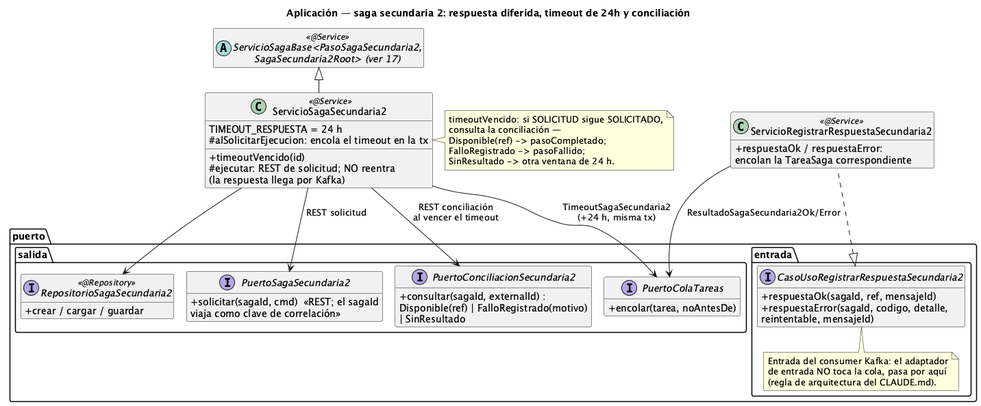
Earlier version of the PlantUML export order-manager/docs/20-clases-aplicacion-saga-secundaria2.png (ralcazar/patrones).
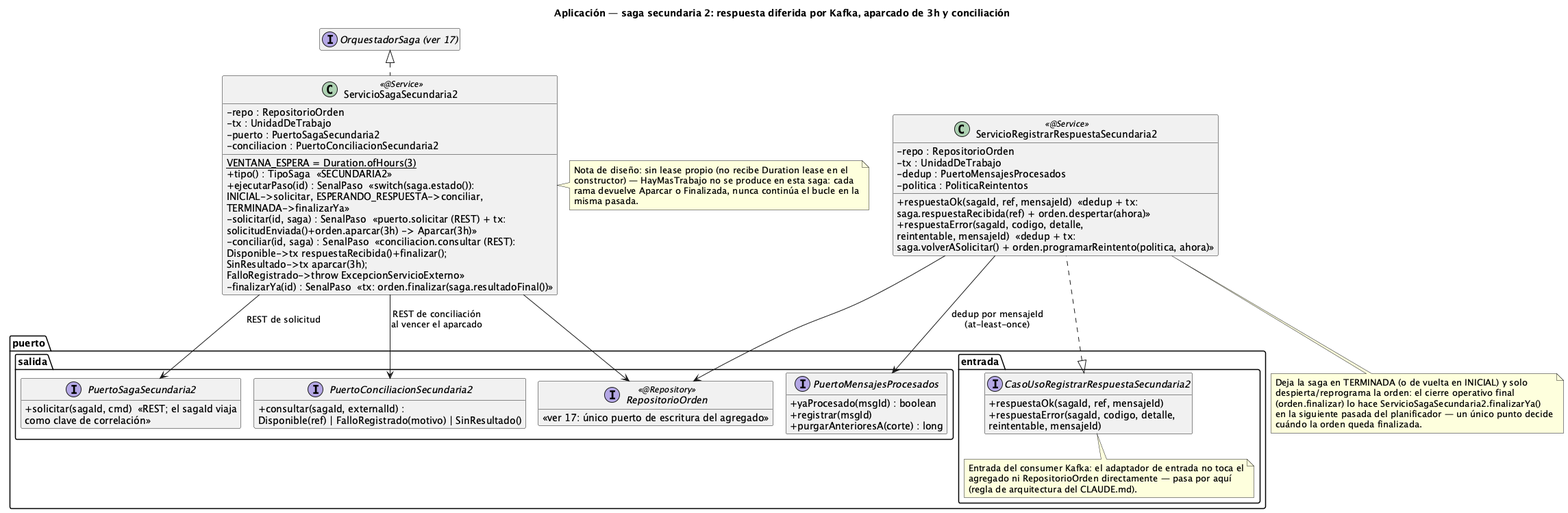
After the change.

What changed in the source:
```diff
@@ -1,5 +1,5 @@
 @startuml 20-clases-aplicacion-saga-secundaria2
-title Aplicación — saga secundaria 2: respuesta diferida, timeout de 24h y conciliación
+title Aplicación — saga secundaria 2: respuesta diferida por Kafka, aparcado de 3h y conciliación
 !pragma layout smetana
 hide empty members
 skinparam classAttributeIconSize 0
@@ -10,52 +10,71 @@
     +respuestaError(sagaId, codigo, detalle,\nreintentable, mensajeId)
   }
   note bottom of CasoUsoRegistrarRespuestaSecundaria2
-    Entrada del consumer Kafka: el adaptador
-    de entrada NO toca la cola, pasa por aquí
+    Entrada del consumer Kafka: el adaptador de entrada no toca el
+    agregado ni RepositorioOrden directamente — pasa por aquí
     (regla de arquitectura del CLAUDE.md).
   end note
 }
 
-abstract class "ServicioSagaBase<PasoSagaSecundaria2,\nSagaSecundaria2Root> (ver 17)" as Base <<@Service>>
+interface "OrquestadorSaga (ver 17)" as Base
 
 class ServicioSagaSecundaria2 <<@Service>> {
-  TIMEOUT_RESPUESTA = 24 h
-  +timeoutVencido(id)
-  #alSolicitarEjecucion: encola el timeout en la tx
-  #ejecutar: REST de solicitud; NO reentra\n(la respuesta llega por Kafka)
+  {static} VENTANA_ESPERA = Duration.ofHours(3)
+  -repo : RepositorioOrden
+  -tx : UnidadDeTrabajo
+  -puerto : PuertoSagaSecundaria2
+  -conciliacion : PuertoConciliacionSecundaria2
+  +tipo() : TipoSaga  «SECUNDARIA2»
+  +ejecutarPaso(id) : SenalPaso  «switch(saga.estado()):\nINICIAL->solicitar, ESPERANDO_RESPUESTA->conciliar,\nTERMINADA->finalizarYa»
+  -solicitar(id, saga) : SenalPaso  «puerto.solicitar (REST) + tx:\nsolicitudEnviada()+orden.aparcar(3h) -> Aparcar(3h)»
+  -conciliar(id, saga) : SenalPaso  «conciliacion.consultar (REST):\nDisponible->tx respuestaRecibida()+finalizar();\nSinResultado->tx aparcar(3h);\nFalloRegistrado->throw ExcepcionServicioExterno»
+  -finalizarYa(id) : SenalPaso  «tx: orden.finalizar(saga.resultadoFinal())»
 }
 note right of ServicioSagaSecundaria2
-  timeoutVencido: si SOLICITUD sigue SOLICITADO,
-  consulta la conciliación —
-  Disponible(ref) -> pasoCompletado;
-  FalloRegistrado -> pasoFallido;
-  SinResultado -> otra ventana de 24 h.
+  Nota de diseño: sin lease propio (no recibe Duration lease en el
+  constructor) — HayMasTrabajo no se produce en esta saga: cada
+  rama devuelve Aparcar o Finalizada, nunca continúa el bucle en la
+  misma pasada.
 end note
 
 class ServicioRegistrarRespuestaSecundaria2 <<@Service>> {
-  +respuestaOk / respuestaError:\nencolan la TareaSaga correspondiente
+  -repo : RepositorioOrden
+  -tx : UnidadDeTrabajo
+  -dedup : PuertoMensajesProcesados
+  -politica : PoliticaReintentos
+  +respuestaOk(sagaId, ref, mensajeId)  «dedup + tx:\nsaga.respuestaRecibida(ref) + orden.despertar(ahora)»
+  +respuestaError(sagaId, codigo, detalle,\nreintentable, mensajeId)  «dedup + tx:\nsaga.volverASolicitar() + orden.programarReintento(politica, ahora)»
 }
+note bottom of ServicioRegistrarRespuestaSecundaria2
+  Deja la saga en TERMINADA (o de vuelta en INICIAL) y solo
+  despierta/reprograma la orden: el cierre operativo final
+  (orden.finalizar) lo hace ServicioSagaSecundaria2.finalizarYa()
+  en la siguiente pasada del planificador — un único punto decide
+  cuándo la orden queda finalizada.
+end note
 
 package "puerto.salida" {
-  interface RepositorioSagaSecundaria2 <<@Repository>> {
-    +crear / cargar / guardar
+  interface RepositorioOrden <<@Repository>> {
+    «ver 17: único puerto de escritura del agregado»
   }
   interface PuertoSagaSecundaria2 {
-    +solicitar(sagaId, cmd)  «REST; el sagaId\nviaja como clave de correlación»
+    +solicitar(sagaId, cmd)  «REST; el sagaId viaja\ncomo clave de correlación»
   }
   interface PuertoConciliacionSecundaria2 {
-    +consultar(sagaId, externalId) :\nDisponible(ref) | FalloRegistrado(motivo)\n| SinResultado
+    +consultar(sagaId, externalId) :\nDisponible(ref) | FalloRegistrado(motivo) | SinResultado()
   }
-  interface PuertoColaTareas {
-    +encolar(tarea, noAntesDe)
+  interface PuertoMensajesProcesados {
+    +yaProcesado(msgId) : boolean
+    +registrar(msgId)
+    +purgarAnterioresA(corte) : long
   }
 }
 
 CasoUsoRegistrarRespuestaSecundaria2 <|.. ServicioRegistrarRespuestaSecundaria2
-Base <|-down- ServicioSagaSecundaria2
-ServicioSagaSecundaria2 --> RepositorioSagaSecundaria2
-ServicioSagaSecundaria2 --> PuertoSagaSecundaria2 : REST solicitud
-ServicioSagaSecundaria2 --> PuertoConciliacionSecundaria2 : REST conciliación\nal vencer el timeout
-ServicioSagaSecundaria2 --> PuertoColaTareas : TimeoutSagaSecundaria2\n(+24 h, misma tx)
-ServicioRegistrarRespuestaSecundaria2 --> PuertoColaTareas : ResultadoSagaSecundaria2Ok/Error
+Base <|.. ServicioSagaSecundaria2
+ServicioSagaSecundaria2 --> RepositorioOrden
+ServicioSagaSecundaria2 --> PuertoSagaSecundaria2 : REST de solicitud
+ServicioSagaSecundaria2 --> PuertoConciliacionSecundaria2 : REST de conciliación\nal vencer el aparcado
+ServicioRegistrarRespuestaSecundaria2 --> RepositorioOrden
+ServicioRegistrarRespuestaSecundaria2 --> PuertoMensajesProcesados : dedup por mensajeId\n(at-least-once)
 @enduml
```
